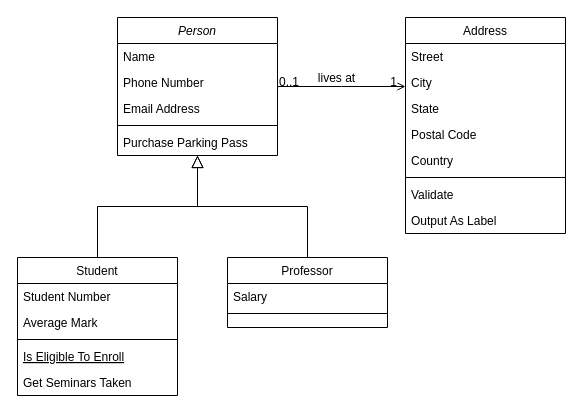
This is Diagrama sem nome.drawio from Sandynele/Sistemas-de-Informa-o, a draw.io file, before an edit. Source tidied: cells renumbered, new cells numbered last; positions are measured from the earlier drawing's top-left corner, leaving out a move shared by most shapes. Both pictures are drawn from the tidied source at 100%, with x=0, y=0 at pixel (17, 17).
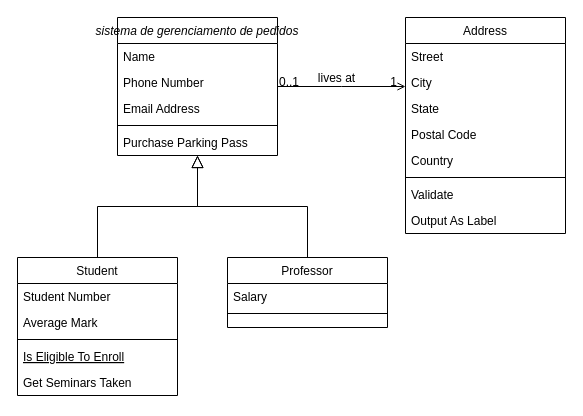
The same page after the edit.

The edit, as a diff of the source:
```diff
@@
-    <mxCell id="2" value="Person" style="swimlane;fontStyle=2;align=center;verticalAlign=top;horizontal=1;startSize=26;rounded=0;shadow=0;strokeWidth=1;" parent="1" vertex="1">
+    <mxCell id="2" value="sistema de gerenciamento de pedidos" style="swimlane;fontStyle=2;align=center;verticalAlign=top;horizontal=1;startSize=26;rounded=0;shadow=0;strokeWidth=1;" parent="1" vertex="1">
       <mxGeometry x="100" width="160" height="138" as="geometry" />
     </mxCell>
```
